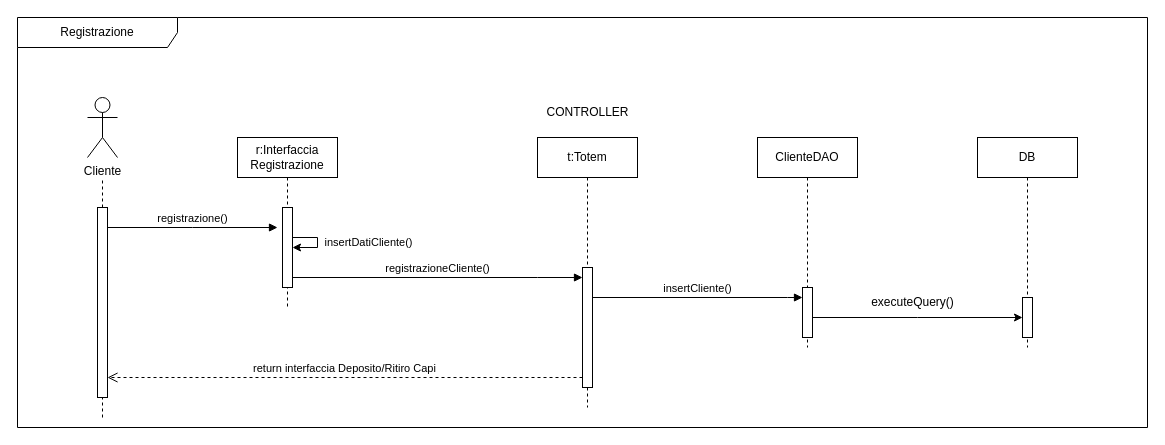
IngSW-unipv/Progetto-M25 keeps this draw.io diagram as Docs/7 - Diagrammi Sequenze/DiagSeqUC1Registrazione.drawio. Above is the earlier version. Source tidied: cells renumbered, new cells numbered last; positions are measured from the earlier drawing's top-left corner, leaving out a move shared by most shapes. Both pictures are drawn from the tidied source at 100%, with x=0, y=0 at pixel (17, 17).
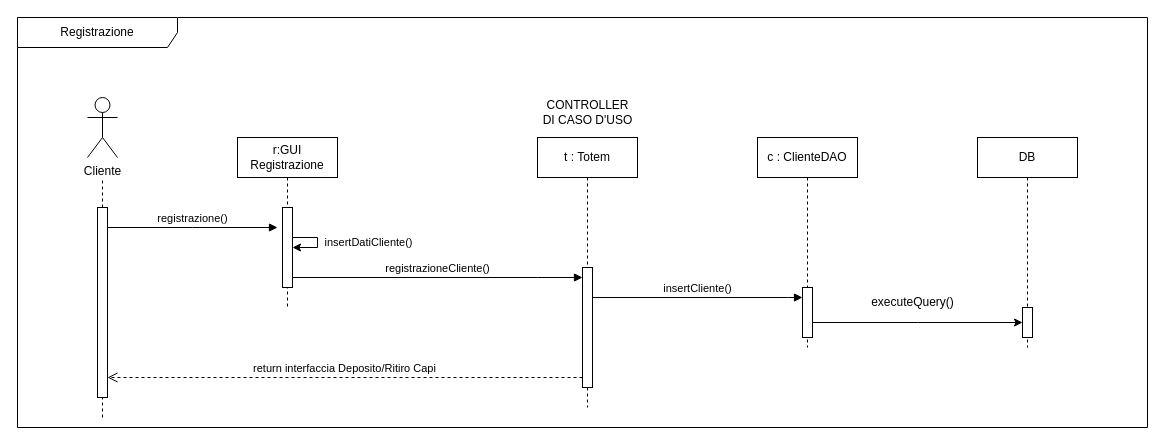
Above is the later version.

The change refers to these unchanged cells:
```xml
<mxCell id="18" value="DB" style="shape=umlLifeline;perimeter=lifelinePerimeter;whiteSpace=wrap;html=1;newEdgeStyle={&quot;edgeStyle&quot;:&quot;elbowEdgeStyle&quot;,&quot;elbow&quot;:&quot;vertical&quot;,&quot;curved&quot;:0,&quot;rounded&quot;:0};" parent="1" vertex="1">
  <mxGeometry x="960" y="120" width="100" height="210" as="geometry" />
</mxCell>
```

The edit, as a diff of the source:
```diff
@@
-    <mxCell id="2" value="r:Interfaccia Registrazione" style="shape=umlLifeline;perimeter=lifelinePerimeter;whiteSpace=wrap;html=1;newEdgeStyle={&quot;edgeStyle&quot;:&quot;elbowEdgeStyle&quot;,&quot;elbow&quot;:&quot;vertical&quot;,&quot;curved&quot;:0,&quot;rounded&quot;:0};" parent="1" vertex="1">
+    <mxCell id="2" value="r:GUI Registrazione" style="shape=umlLifeline;perimeter=lifelinePerimeter;whiteSpace=wrap;html=1;newEdgeStyle={&quot;edgeStyle&quot;:&quot;elbowEdgeStyle&quot;,&quot;elbow&quot;:&quot;vertical&quot;,&quot;curved&quot;:0,&quot;rounded&quot;:0};" parent="1" vertex="1">
       <mxGeometry x="220" y="120" width="100" height="170" as="geometry" />
     </mxCell>
@@
-    <mxCell id="6" value="t:Totem" style="shape=umlLifeline;perimeter=lifelinePerimeter;whiteSpace=wrap;html=1;newEdgeStyle={&quot;edgeStyle&quot;:&quot;elbowEdgeStyle&quot;,&quot;elbow&quot;:&quot;vertical&quot;,&quot;curved&quot;:0,&quot;rounded&quot;:0};" parent="1" vertex="1">
+    <mxCell id="6" value="t : Totem" style="shape=umlLifeline;perimeter=lifelinePerimeter;whiteSpace=wrap;html=1;newEdgeStyle={&quot;edgeStyle&quot;:&quot;elbowEdgeStyle&quot;,&quot;elbow&quot;:&quot;vertical&quot;,&quot;curved&quot;:0,&quot;rounded&quot;:0};" parent="1" vertex="1">
       <mxGeometry x="520" y="120" width="100" height="270" as="geometry" />
     </mxCell>
@@
-    <mxCell id="17" value="CONTROLLER" style="text;html=1;align=center;verticalAlign=middle;strokeColor=none;fillColor=none;" parent="1" vertex="1">
-      <mxGeometry x="515" y="80" width="110" height="30" as="geometry" />
+    <mxCell id="17" value="CONTROLLER&lt;br&gt;DI CASO D'USO" style="text;html=1;align=center;verticalAlign=middle;strokeColor=none;fillColor=none;" parent="1" vertex="1">
+      <mxGeometry x="515" y="75" width="110" height="40" as="geometry" />
     </mxCell>
@@
     <mxCell id="19" style="html=1;points=[];perimeter=orthogonalPerimeter;outlineConnect=0;targetShapes=umlLifeline;portConstraint=eastwest;newEdgeStyle={&quot;edgeStyle&quot;:&quot;elbowEdgeStyle&quot;,&quot;elbow&quot;:&quot;vertical&quot;,&quot;curved&quot;:0,&quot;rounded&quot;:0};" parent="18" vertex="1">
-      <mxGeometry x="45" y="160" width="10" height="40" as="geometry" />
+      <mxGeometry x="45" y="170" width="10" height="30" as="geometry" />
     </mxCell>
-    <mxCell id="20" value="ClienteDAO" style="shape=umlLifeline;perimeter=lifelinePerimeter;whiteSpace=wrap;html=1;newEdgeStyle={&quot;edgeStyle&quot;:&quot;elbowEdgeStyle&quot;,&quot;elbow&quot;:&quot;vertical&quot;,&quot;curved&quot;:0,&quot;rounded&quot;:0};" parent="1" vertex="1">
+    <mxCell id="20" value="c : ClienteDAO" style="shape=umlLifeline;perimeter=lifelinePerimeter;whiteSpace=wrap;html=1;newEdgeStyle={&quot;edgeStyle&quot;:&quot;elbowEdgeStyle&quot;,&quot;elbow&quot;:&quot;vertical&quot;,&quot;curved&quot;:0,&quot;rounded&quot;:0};" parent="1" vertex="1">
       <mxGeometry x="740" y="120" width="100" height="210" as="geometry" />
     </mxCell>
```
